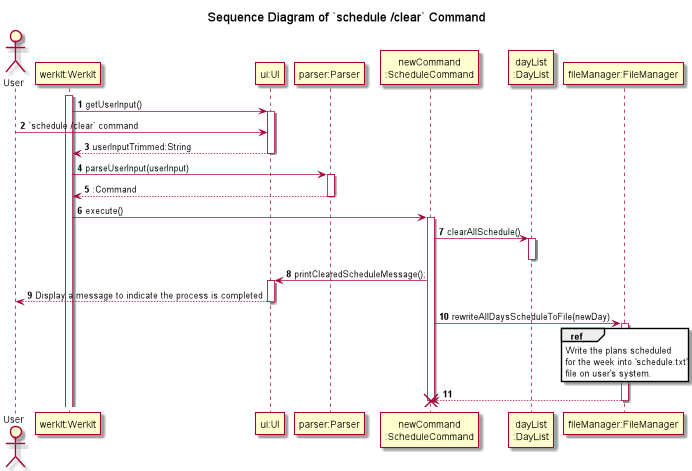
The PlantUML diagram docs/uml/sequenceDiagrams/schedule/images/clearAllSchedule.png in nus-cs2113-AY2122S2/tp, before a commit.
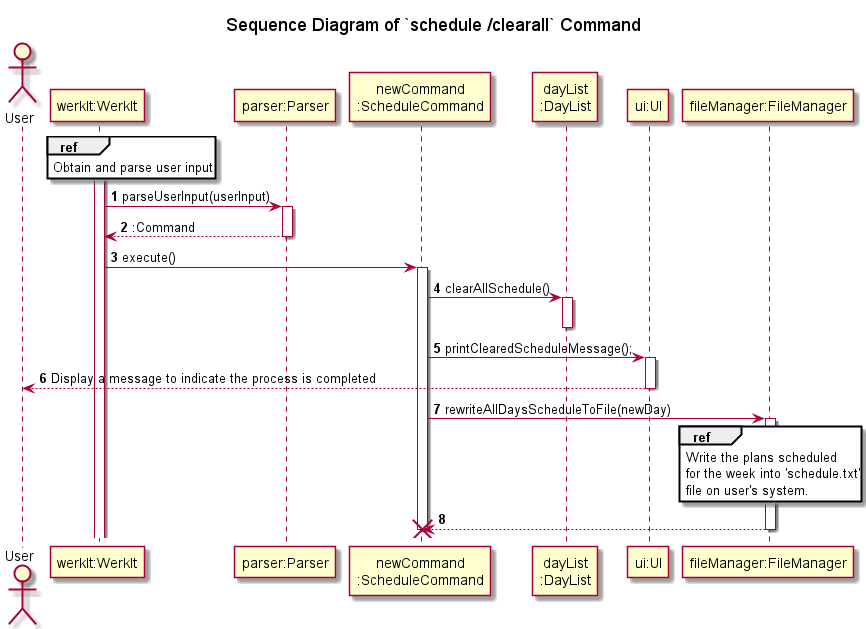
After the change.

The edit, as a diff of the source:
```diff
@@ -1,24 +1,22 @@
 @startuml
-!include ../Style.puml
+!include ../../Style.puml
 
 autonumber
 
-title Sequence Diagram of `schedule /clear` Command
+title Sequence Diagram of `schedule /clearall` Command
 
 actor   User
 participant "werkIt:WerkIt" AS WerkIt
-participant "ui:UI" AS UI
 participant "parser:Parser" AS Parser
 participant "newCommand\n:ScheduleCommand" AS newCommand
 participant "dayList\n:DayList" AS DayList
+participant "ui:UI" AS UI
 
 
 activate WerkIt
-WerkIt -> UI : getUserInput()
-activate UI
-User -> UI : `schedule /clear` command
-WerkIt <-- UI : userInputTrimmed:String
-deactivate UI
+ref over WerkIt
+Obtain and parse user input
+end
 
 WerkIt -> Parser : parseUserInput(userInput)
 activate Parser
```
